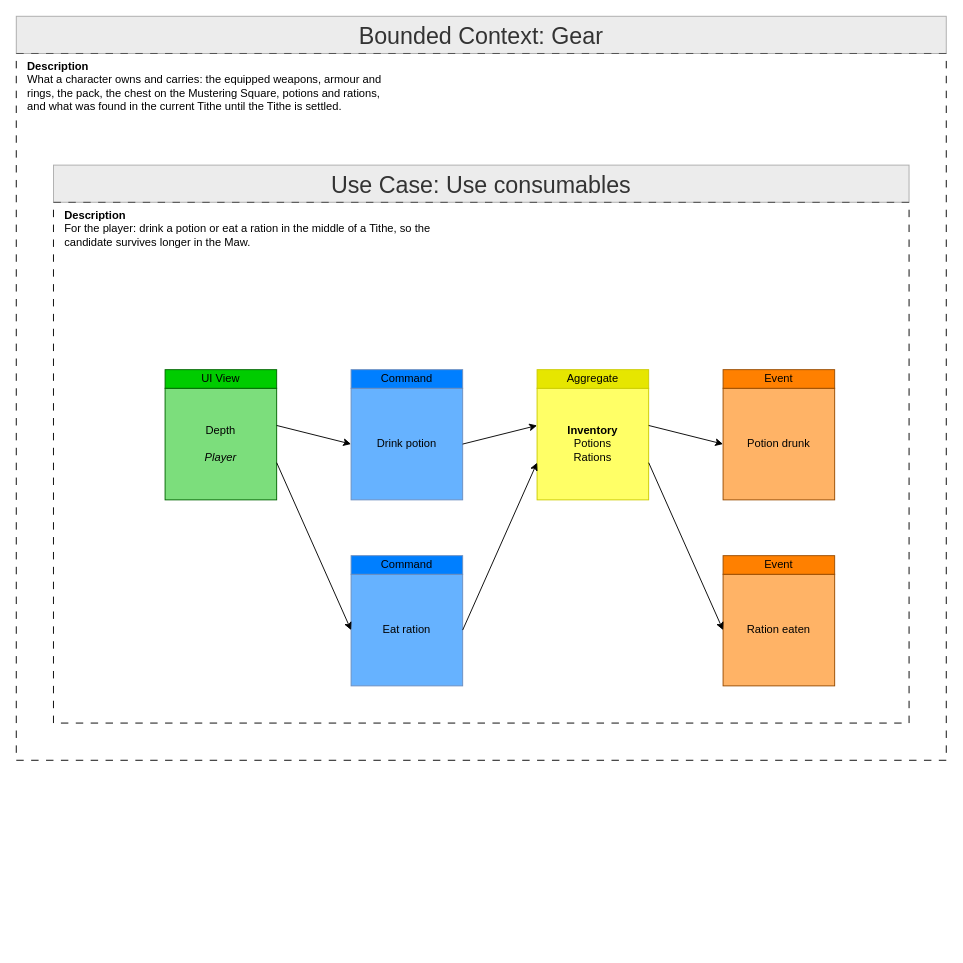
Above: ProductOwner/contexts/gear/models/Feature-008-use-consumables.drawio in tokeboisen/themaw (draw.io), before the change. Source tidied: cells renumbered, new cells numbered last; positions are measured from the earlier drawing's top-left corner, leaving out a move shared by most shapes. Both pictures are drawn from the tidied source at 93%, with x=0, y=0 at pixel (16, 16).
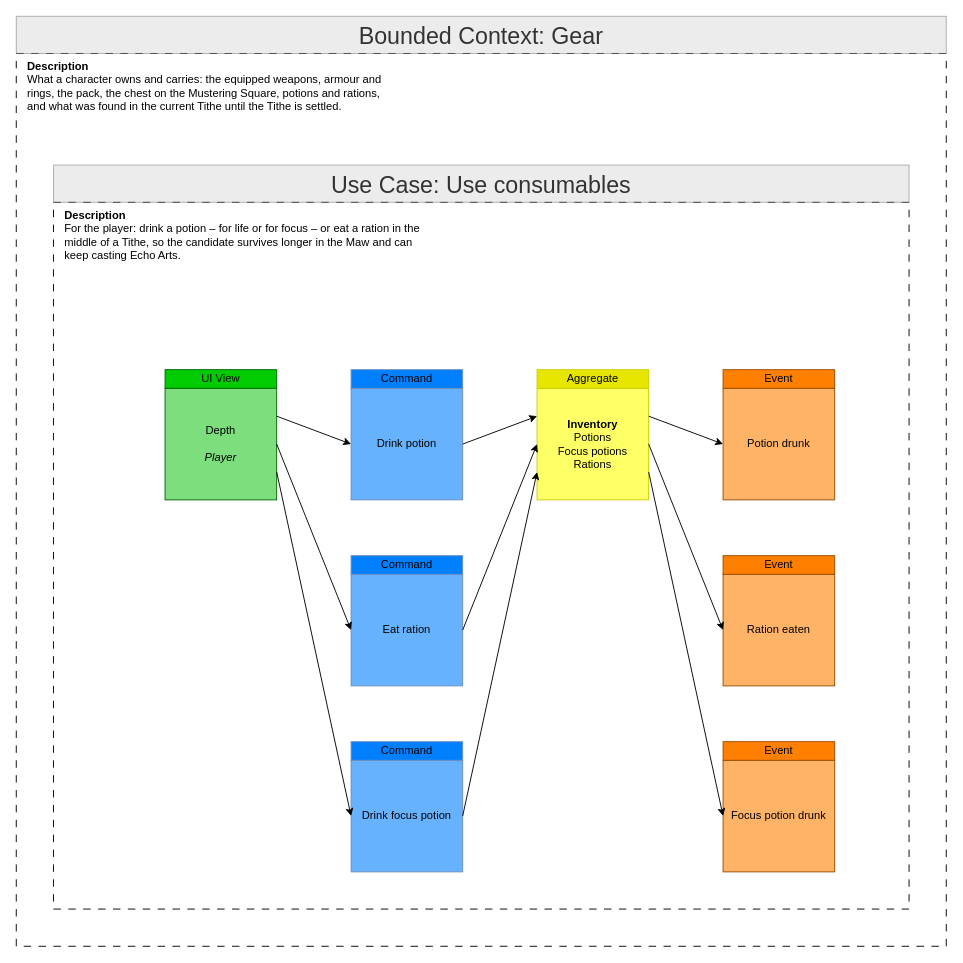
Above is the later version.

The change refers to these unchanged cells:
```xml
<mxCell id="8" value="Depth&lt;br&gt;&lt;br&gt;&lt;i&gt;Player&lt;/i&gt;" style="rounded=0;whiteSpace=wrap;html=1;labelBackgroundColor=none;fillColor=#7CDE7C;strokeColor=#006600;" parent="1" vertex="1">
  <mxGeometry x="160" y="400" width="120" height="120" as="geometry" />
</mxCell>
<mxCell id="10" value="Drink potion" style="rounded=0;whiteSpace=wrap;html=1;labelBackgroundColor=none;fillColor=#66B2FF;strokeColor=#6C8EBF;" parent="1" vertex="1">
  <mxGeometry x="360" y="400" width="120" height="120" as="geometry" />
</mxCell>
<mxCell id="12" value="Eat ration" style="rounded=0;whiteSpace=wrap;html=1;labelBackgroundColor=none;fillColor=#66B2FF;strokeColor=#6C8EBF;" parent="1" vertex="1">
  <mxGeometry x="360" y="600" width="120" height="120" as="geometry" />
</mxCell>
<mxCell id="16" value="Potion drunk" style="rounded=0;whiteSpace=wrap;html=1;labelBackgroundColor=none;fillColor=#FFB366;strokeColor=#994C00;" parent="1" vertex="1">
  <mxGeometry x="760" y="400" width="120" height="120" as="geometry" />
</mxCell>
<mxCell id="18" value="Ration eaten" style="rounded=0;whiteSpace=wrap;html=1;labelBackgroundColor=none;fillColor=#FFB366;strokeColor=#994C00;" parent="1" vertex="1">
  <mxGeometry x="760" y="600" width="120" height="120" as="geometry" />
</mxCell>
```

What changed in the source:
```diff
@@
     <mxCell id="2" style="rounded=0;whiteSpace=wrap;html=1;fillColor=none;dashed=1;dashPattern=8 8;" parent="1" vertex="1">
-      <mxGeometry y="40" width="1000" height="760" as="geometry" />
+      <mxGeometry y="40" width="1000" height="960" as="geometry" />
     </mxCell>
@@
     <mxCell id="5" style="rounded=0;whiteSpace=wrap;html=1;fillColor=none;dashed=1;dashPattern=8 8;" parent="1" vertex="1">
-      <mxGeometry x="40" y="200" width="920" height="560" as="geometry" />
+      <mxGeometry x="40" y="200" width="920" height="760" as="geometry" />
     </mxCell>
@@
-    <mxCell id="7" value="&lt;div&gt;&lt;b&gt;Description&lt;/b&gt;&lt;/div&gt;For the player: drink a potion or eat a ration in the middle of a Tithe, so the candidate survives longer in the Maw." style="text;html=1;whiteSpace=wrap;overflow=hidden;rounded=0;strokeColor=none;fillColor=none;align=left;verticalAlign=top;" parent="1" vertex="1">
+    <mxCell id="7" value="&lt;div&gt;&lt;b&gt;Description&lt;/b&gt;&lt;/div&gt;For the player: drink a potion – for life or for focus – or eat a ration in the middle of a Tithe, so the candidate survives longer in the Maw and can keep casting Echo Arts." style="text;html=1;whiteSpace=wrap;overflow=hidden;rounded=0;strokeColor=none;fillColor=none;align=left;verticalAlign=top;" parent="1" vertex="1">
       <mxGeometry x="50" y="200" width="400" height="140" as="geometry" />
     </mxCell>
@@
+    <mxCell id="26" value="Drink focus potion" style="rounded=0;whiteSpace=wrap;html=1;labelBackgroundColor=none;fillColor=#66B2FF;strokeColor=#6C8EBF;" parent="1" vertex="1">
+      <mxGeometry x="360" y="800" width="120" height="120" as="geometry" />
+    </mxCell>
+    <mxCell id="27" value="Command" style="rounded=0;whiteSpace=wrap;html=1;labelBackgroundColor=none;fillColor=#007FFF;strokeColor=#6C8EBF;" parent="1" vertex="1">
+      <mxGeometry x="360" y="780" width="120" height="20" as="geometry" />
+    </mxCell>
-    <mxCell id="14" value="&lt;b&gt;Inventory&lt;/b&gt;&lt;br&gt;Potions&lt;br&gt;Rations" style="rounded=0;whiteSpace=wrap;html=1;labelBackgroundColor=none;fillColor=#FFFF66;strokeColor=#CCCC00;" parent="1" vertex="1">
+    <mxCell id="14" value="&lt;b&gt;Inventory&lt;/b&gt;&lt;br&gt;Potions&lt;br&gt;Focus potions&lt;br&gt;Rations" style="rounded=0;whiteSpace=wrap;html=1;labelBackgroundColor=none;fillColor=#FFFF66;strokeColor=#CCCC00;" parent="1" vertex="1">
       <mxGeometry x="560" y="400" width="120" height="120" as="geometry" />
     </mxCell>
@@
+    <mxCell id="28" value="Focus potion drunk" style="rounded=0;whiteSpace=wrap;html=1;labelBackgroundColor=none;fillColor=#FFB366;strokeColor=#994C00;" parent="1" vertex="1">
+      <mxGeometry x="760" y="800" width="120" height="120" as="geometry" />
+    </mxCell>
+    <mxCell id="29" value="Event" style="rounded=0;whiteSpace=wrap;html=1;labelBackgroundColor=none;fillColor=#FF8000;strokeColor=#994C00;" parent="1" vertex="1">
+      <mxGeometry x="760" y="780" width="120" height="20" as="geometry" />
+    </mxCell>
-    <mxCell id="20" style="endArrow=classic;html=1;rounded=0;exitX=1;exitY=0.3333;exitDx=0;exitDy=0;entryX=0;entryY=0.5;entryDx=0;entryDy=0;" parent="1" edge="1" source="8" target="10">
+    <mxCell id="20" style="endArrow=classic;html=1;rounded=0;exitX=1;exitY=0.25;exitDx=0;exitDy=0;entryX=0;entryY=0.5;entryDx=0;entryDy=0;" parent="1" edge="1" source="8" target="10">
       <mxGeometry relative="1" as="geometry" />
     </mxCell>
-    <mxCell id="21" style="endArrow=classic;html=1;rounded=0;exitX=1;exitY=0.6667;exitDx=0;exitDy=0;entryX=0;entryY=0.5;entryDx=0;entryDy=0;" parent="1" edge="1" source="8" target="12">
+    <mxCell id="21" style="endArrow=classic;html=1;rounded=0;exitX=1;exitY=0.5;exitDx=0;exitDy=0;entryX=0;entryY=0.5;entryDx=0;entryDy=0;" parent="1" edge="1" source="8" target="12">
       <mxGeometry relative="1" as="geometry" />
     </mxCell>
-    <mxCell id="22" style="endArrow=classic;html=1;rounded=0;exitX=1;exitY=0.5;exitDx=0;exitDy=0;entryX=0;entryY=0.3333;entryDx=0;entryDy=0;" parent="1" edge="1" source="10" target="14">
+    <mxCell id="22" style="endArrow=classic;html=1;rounded=0;exitX=1;exitY=0.5;exitDx=0;exitDy=0;entryX=0;entryY=0.25;entryDx=0;entryDy=0;" parent="1" edge="1" source="10" target="14">
       <mxGeometry relative="1" as="geometry" />
     </mxCell>
-    <mxCell id="23" style="endArrow=classic;html=1;rounded=0;exitX=1;exitY=0.5;exitDx=0;exitDy=0;entryX=0;entryY=0.6667;entryDx=0;entryDy=0;" parent="1" edge="1" source="12" target="14">
+    <mxCell id="23" style="endArrow=classic;html=1;rounded=0;exitX=1;exitY=0.5;exitDx=0;exitDy=0;entryX=0;entryY=0.5;entryDx=0;entryDy=0;" parent="1" edge="1" source="12" target="14">
       <mxGeometry relative="1" as="geometry" />
     </mxCell>
-    <mxCell id="24" style="endArrow=classic;html=1;rounded=0;exitX=1;exitY=0.3333;exitDx=0;exitDy=0;entryX=0;entryY=0.5;entryDx=0;entryDy=0;" parent="1" edge="1" source="14" target="16">
+    <mxCell id="24" style="endArrow=classic;html=1;rounded=0;exitX=1;exitY=0.25;exitDx=0;exitDy=0;entryX=0;entryY=0.5;entryDx=0;entryDy=0;" parent="1" edge="1" source="14" target="16">
       <mxGeometry relative="1" as="geometry" />
     </mxCell>
-    <mxCell id="25" style="endArrow=classic;html=1;rounded=0;exitX=1;exitY=0.6667;exitDx=0;exitDy=0;entryX=0;entryY=0.5;entryDx=0;entryDy=0;" parent="1" edge="1" source="14" target="18">
+    <mxCell id="25" style="endArrow=classic;html=1;rounded=0;exitX=1;exitY=0.5;exitDx=0;exitDy=0;entryX=0;entryY=0.5;entryDx=0;entryDy=0;" parent="1" edge="1" source="14" target="18">
       <mxGeometry relative="1" as="geometry" />
     </mxCell>
+    <mxCell id="30" style="endArrow=classic;html=1;rounded=0;exitX=1;exitY=0.75;exitDx=0;exitDy=0;entryX=0;entryY=0.5;entryDx=0;entryDy=0;" parent="1" edge="1" source="8" target="26">
+      <mxGeometry relative="1" as="geometry" />
+    </mxCell>
+    <mxCell id="31" style="endArrow=classic;html=1;rounded=0;exitX=1;exitY=0.5;exitDx=0;exitDy=0;entryX=0;entryY=0.75;entryDx=0;entryDy=0;" parent="1" edge="1" source="26" target="14">
+      <mxGeometry relative="1" as="geometry" />
+    </mxCell>
+    <mxCell id="32" style="endArrow=classic;html=1;rounded=0;exitX=1;exitY=0.75;exitDx=0;exitDy=0;entryX=0;entryY=0.5;entryDx=0;entryDy=0;" parent="1" edge="1" source="14" target="28">
+      <mxGeometry relative="1" as="geometry" />
+    </mxCell>
```
